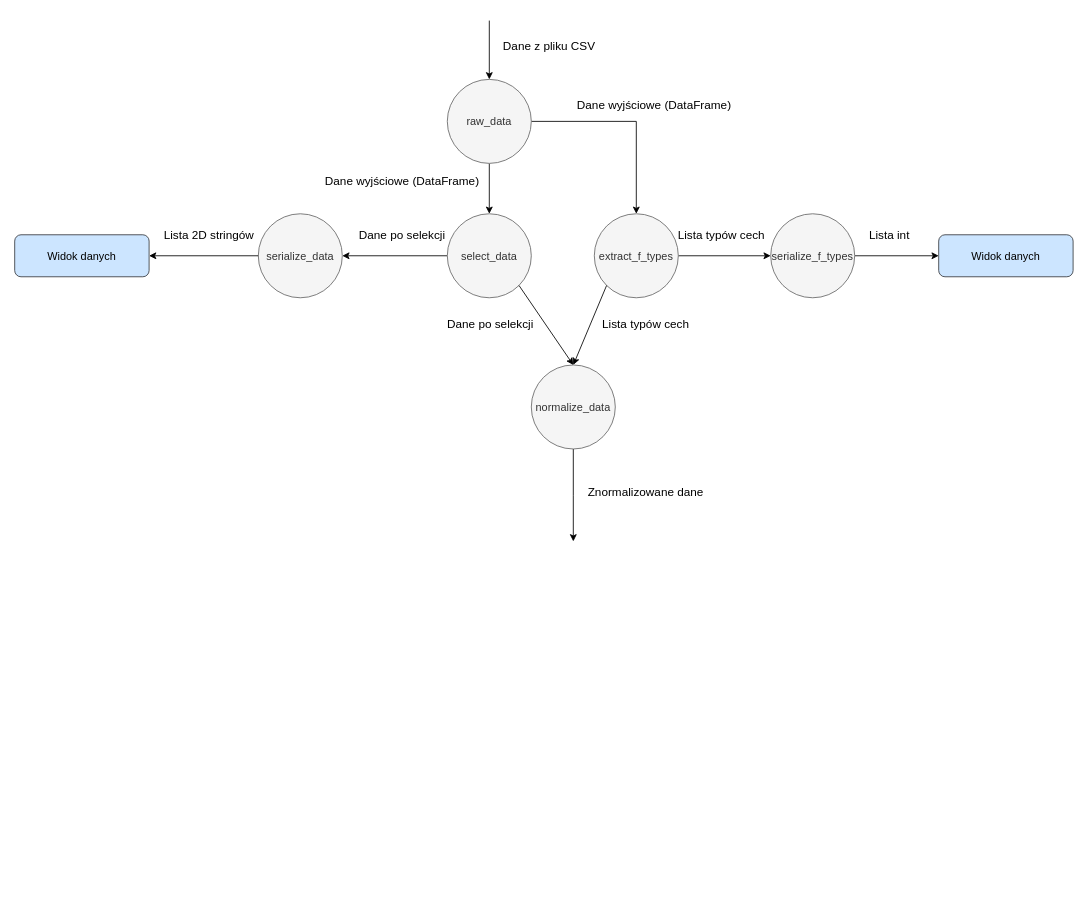
IgorSwat/Analytica keeps this draw.io diagram as flow-scheme.drawio. Above is the earlier version. Source tidied: cells renumbered, new cells numbered last; positions are measured from the earlier drawing's top-left corner, leaving out a move shared by most shapes. Both pictures are drawn from the tidied source at 84%, with x=0, y=0 at pixel (14, 20).
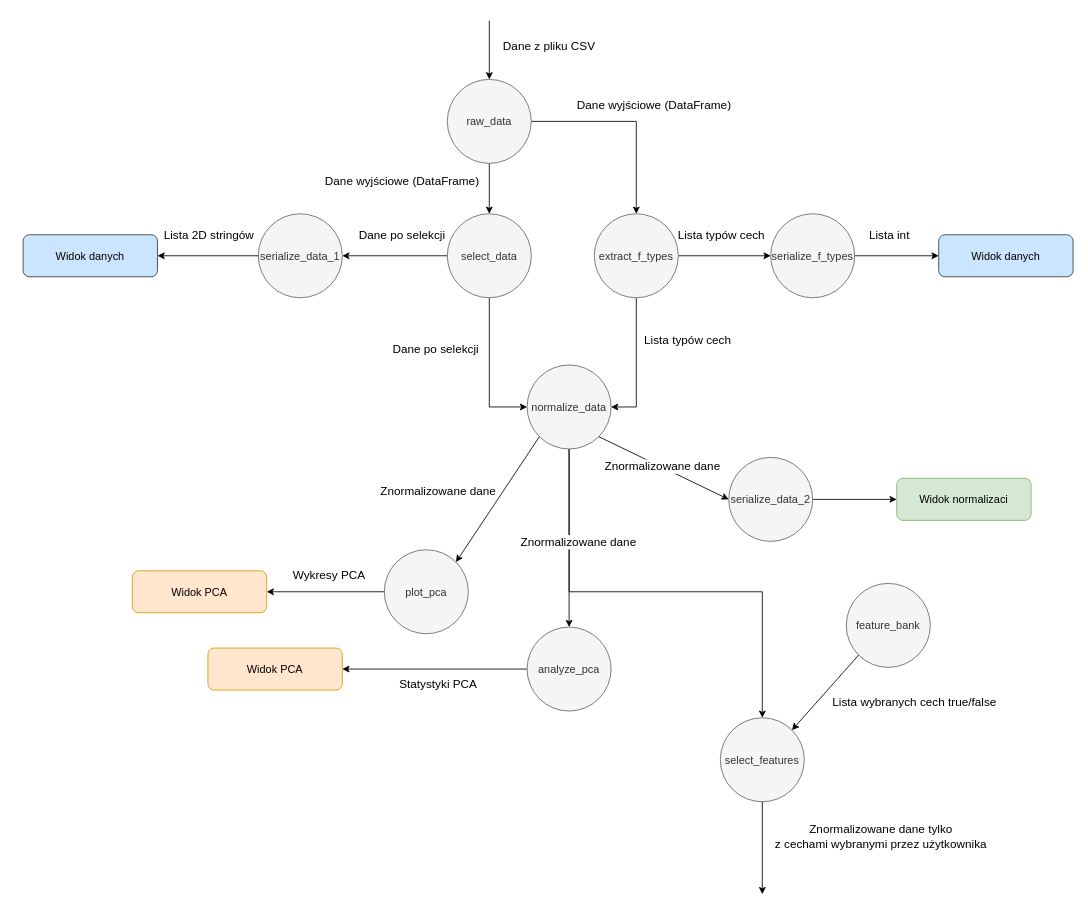
After the change.

Unchanged cells that the change refers to:
```xml
<mxCell id="6" value="&lt;span style=&quot;font-size: 13px;&quot;&gt;select_data&lt;/span&gt;" style="ellipse;whiteSpace=wrap;html=1;fillColor=#f5f5f5;strokeColor=#666666;fontColor=#333333;" parent="1" vertex="1">
  <mxGeometry x="515" y="230" width="100" height="100" as="geometry" />
</mxCell>
<mxCell id="8" value="&lt;span style=&quot;font-size: 13px;&quot;&gt;extract_f_types&lt;/span&gt;" style="ellipse;whiteSpace=wrap;html=1;fillColor=#f5f5f5;strokeColor=#666666;fontColor=#333333;" parent="1" vertex="1">
  <mxGeometry x="690" y="230" width="100" height="100" as="geometry" />
</mxCell>
```

Diff of the diagram source:
```diff
@@
+    <mxCell id="16" style="edgeStyle=orthogonalEdgeStyle;rounded=0;jettySize=auto;html=1;entryX=0;entryY=0.5;entryDx=0;entryDy=0;" parent="1" edge="1" source="6" target="15">
+      <mxGeometry relative="1" as="geometry" />
+    </mxCell>
@@
+    <mxCell id="17" style="edgeStyle=orthogonalEdgeStyle;rounded=0;jettySize=auto;html=1;entryX=1;entryY=0.5;entryDx=0;entryDy=0;" parent="1" edge="1" source="8" target="15">
+      <mxGeometry relative="1" as="geometry" />
+    </mxCell>
@@
-    <mxCell id="9" value="&lt;span style=&quot;font-size: 13px;&quot;&gt;serialize_data&lt;/span&gt;" style="ellipse;whiteSpace=wrap;html=1;fillColor=#f5f5f5;strokeColor=#666666;fontColor=#333333;" parent="1" vertex="1">
+    <mxCell id="9" value="&lt;span style=&quot;font-size: 13px;&quot;&gt;serialize_data_1&lt;/span&gt;" style="ellipse;whiteSpace=wrap;html=1;fillColor=#f5f5f5;strokeColor=#666666;fontColor=#333333;" parent="1" vertex="1">
       <mxGeometry x="290" y="230" width="100" height="100" as="geometry" />
     </mxCell>
@@
-    <mxCell id="14" style="edgeStyle=orthogonalEdgeStyle;rounded=0;jettySize=auto;html=1;" parent="1" edge="1" source="15">
-      <mxGeometry relative="1" as="geometry">
-        <mxPoint x="665" y="620" as="targetPoint" />
-      </mxGeometry>
+    <mxCell id="14" style="edgeStyle=orthogonalEdgeStyle;rounded=0;jettySize=auto;html=1;entryX=0.5;entryY=0;entryDx=0;entryDy=0;" parent="1" edge="1" source="15" target="43">
+      <mxGeometry relative="1" as="geometry" />
     </mxCell>
+    <mxCell id="30" style="edgeStyle=orthogonalEdgeStyle;rounded=0;jettySize=auto;html=1;entryX=0.5;entryY=0;entryDx=0;entryDy=0;" parent="1" edge="1" source="15" target="46">
+      <mxGeometry relative="1" as="geometry">
+        <Array as="points">
+          <mxPoint x="660" y="680" />
+          <mxPoint x="890" y="680" />
+        </Array>
+      </mxGeometry>
+    </mxCell>
     <mxCell id="15" value="&lt;span style=&quot;font-size: 13px;&quot;&gt;normalize_data&lt;/span&gt;" style="ellipse;whiteSpace=wrap;html=1;fillColor=#f5f5f5;strokeColor=#666666;fontColor=#333333;" parent="1" vertex="1">
-      <mxGeometry x="615" y="410" width="100" height="100" as="geometry" />
+      <mxGeometry x="610" y="410" width="100" height="100" as="geometry" />
     </mxCell>
-    <mxCell id="16" style="endArrow=classic;html=1;rounded=0;entryX=0.5;entryY=0;entryDx=0;entryDy=0;exitX=1;exitY=1;exitDx=0;exitDy=0;" parent="1" edge="1" source="6" target="15">
-      <mxGeometry relative="1" as="geometry" />
-    </mxCell>
-    <mxCell id="17" style="endArrow=classic;html=1;rounded=0;exitX=0;exitY=1;exitDx=0;exitDy=0;entryX=0.5;entryY=0;entryDx=0;entryDy=0;" parent="1" edge="1" source="8" target="15">
-      <mxGeometry relative="1" as="geometry" />
-    </mxCell>
@@
     <mxCell id="19" value="&lt;font style=&quot;font-size: 13px;&quot;&gt;Widok danych&lt;/font&gt;" style="rounded=1;whiteSpace=wrap;html=1;fillColor=#cce5ff;strokeColor=#36393d;" parent="1" vertex="1">
-      <mxGeometry y="255" width="160" height="50" as="geometry" />
+      <mxGeometry x="10" y="255" width="160" height="50" as="geometry" />
     </mxCell>
@@
     <mxCell id="27" value="&lt;span style=&quot;font-size: 14px;&quot;&gt;Dane po selekcji&lt;/span&gt;" style="edgeLabel;html=1;align=center;verticalAlign=middle;" parent="1" vertex="1">
-      <mxGeometry x="565" y="360" as="geometry" />
+      <mxGeometry x="500" y="390" as="geometry" />
     </mxCell>
     <mxCell id="28" value="&lt;span style=&quot;font-size: 14px;&quot;&gt;Lista typów cech&lt;/span&gt;" style="edgeLabel;html=1;align=center;verticalAlign=middle;" parent="1" vertex="1">
-      <mxGeometry x="750" y="360" as="geometry" />
+      <mxGeometry x="800" y="380" as="geometry" />
     </mxCell>
     <mxCell id="29" value="&lt;span style=&quot;font-size: 14px;&quot;&gt;Znormalizowane dane&lt;/span&gt;" style="edgeLabel;html=1;align=center;verticalAlign=middle;" parent="1" vertex="1">
-      <mxGeometry x="750" y="560" as="geometry" />
+      <mxGeometry x="670" y="620" as="geometry" />
     </mxCell>
+    <mxCell id="31" style="endArrow=classic;html=1;rounded=0;exitX=0;exitY=1;exitDx=0;exitDy=0;entryX=1;entryY=0;entryDx=0;entryDy=0;" parent="1" edge="1" source="15" target="32">
+      <mxGeometry relative="1" as="geometry" />
+    </mxCell>
+    <mxCell id="32" value="&lt;span style=&quot;font-size: 13px;&quot;&gt;plot_pca&lt;/span&gt;" style="ellipse;whiteSpace=wrap;html=1;fillColor=#f5f5f5;strokeColor=#666666;fontColor=#333333;" parent="1" vertex="1">
+      <mxGeometry x="440" y="630" width="100" height="100" as="geometry" />
+    </mxCell>
+    <mxCell id="33" value="&lt;span style=&quot;font-size: 14px;&quot;&gt;Znormalizowane dane&lt;/span&gt;" style="edgeLabel;html=1;align=center;verticalAlign=middle;" parent="1" vertex="1">
+      <mxGeometry x="680" y="580" as="geometry">
+        <mxPoint x="-177" y="-21" as="offset" />
+      </mxGeometry>
+    </mxCell>
+    <mxCell id="34" style="endArrow=classic;html=1;rounded=0;exitX=0;exitY=0.5;exitDx=0;exitDy=0;entryX=1;entryY=0.5;entryDx=0;entryDy=0;" parent="1" edge="1" source="32" target="36">
+      <mxGeometry relative="1" as="geometry" />
+    </mxCell>
+    <mxCell id="35" value="&lt;span style=&quot;font-size: 14px;&quot;&gt;Wykresy PCA&lt;/span&gt;" style="edgeLabel;html=1;align=center;verticalAlign=middle;" parent="1" vertex="1">
+      <mxGeometry x="550" y="680" as="geometry">
+        <mxPoint x="-177" y="-21" as="offset" />
+      </mxGeometry>
+    </mxCell>
+    <mxCell id="36" value="&lt;font style=&quot;font-size: 13px;&quot;&gt;Widok PCA&lt;/font&gt;" style="rounded=1;whiteSpace=wrap;html=1;fillColor=#ffe6cc;strokeColor=#d79b00;" parent="1" vertex="1">
+      <mxGeometry x="140" y="655" width="160" height="50" as="geometry" />
+    </mxCell>
+    <mxCell id="37" style="edgeStyle=orthogonalEdgeStyle;rounded=0;jettySize=auto;html=1;entryX=0;entryY=0.5;entryDx=0;entryDy=0;" parent="1" edge="1" source="38" target="41">
+      <mxGeometry relative="1" as="geometry" />
+    </mxCell>
+    <mxCell id="38" value="&lt;span style=&quot;font-size: 13px;&quot;&gt;serialize_data_2&lt;/span&gt;" style="ellipse;whiteSpace=wrap;html=1;fillColor=#f5f5f5;strokeColor=#666666;fontColor=#333333;" parent="1" vertex="1">
+      <mxGeometry x="850" y="520" width="100" height="100" as="geometry" />
+    </mxCell>
+    <mxCell id="39" style="endArrow=classic;html=1;rounded=0;entryX=0;entryY=0.5;entryDx=0;entryDy=0;exitX=1;exitY=1;exitDx=0;exitDy=0;" parent="1" edge="1" source="15" target="38">
+      <mxGeometry relative="1" as="geometry" />
+    </mxCell>
+    <mxCell id="40" value="&lt;span style=&quot;font-size: 14px;&quot;&gt;Znormalizowane dane&lt;/span&gt;" style="edgeLabel;html=1;align=center;verticalAlign=middle;" parent="1" vertex="1">
+      <mxGeometry x="770" y="530" as="geometry" />
+    </mxCell>
+    <mxCell id="41" value="&lt;font style=&quot;font-size: 13px;&quot;&gt;Widok normalizaci&lt;/font&gt;" style="rounded=1;whiteSpace=wrap;html=1;fillColor=#d5e8d4;strokeColor=#82b366;" parent="1" vertex="1">
+      <mxGeometry x="1050" y="545" width="160" height="50" as="geometry" />
+    </mxCell>
+    <mxCell id="42" style="edgeStyle=orthogonalEdgeStyle;rounded=0;jettySize=auto;html=1;entryX=1;entryY=0.5;entryDx=0;entryDy=0;" parent="1" edge="1" source="43" target="44">
+      <mxGeometry relative="1" as="geometry" />
+    </mxCell>
+    <mxCell id="43" value="&lt;span style=&quot;font-size: 13px;&quot;&gt;analyze_pca&lt;/span&gt;" style="ellipse;whiteSpace=wrap;html=1;fillColor=#f5f5f5;strokeColor=#666666;fontColor=#333333;" parent="1" vertex="1">
+      <mxGeometry x="610" y="722" width="100" height="100" as="geometry" />
+    </mxCell>
+    <mxCell id="44" value="&lt;font style=&quot;font-size: 13px;&quot;&gt;Widok PCA&lt;/font&gt;" style="rounded=1;whiteSpace=wrap;html=1;fillColor=#ffe6cc;strokeColor=#d79b00;" parent="1" vertex="1">
+      <mxGeometry x="230" y="747" width="160" height="50" as="geometry" />
+    </mxCell>
+    <mxCell id="45" value="&lt;span style=&quot;font-size: 14px;&quot;&gt;Statystyki PCA&lt;/span&gt;" style="edgeLabel;html=1;align=center;verticalAlign=middle;" parent="1" vertex="1">
+      <mxGeometry x="680" y="810" as="geometry">
+        <mxPoint x="-177" y="-21" as="offset" />
+      </mxGeometry>
+    </mxCell>
+    <mxCell id="46" value="&lt;span style=&quot;font-size: 13px;&quot;&gt;select_features&lt;/span&gt;" style="ellipse;whiteSpace=wrap;html=1;fillColor=#f5f5f5;strokeColor=#666666;fontColor=#333333;" parent="1" vertex="1">
+      <mxGeometry x="840" y="830" width="100" height="100" as="geometry" />
+    </mxCell>
+    <mxCell id="47" value="&lt;span style=&quot;font-size: 13px;&quot;&gt;feature_bank&lt;/span&gt;" style="ellipse;whiteSpace=wrap;html=1;fillColor=#f5f5f5;strokeColor=#666666;fontColor=#333333;" parent="1" vertex="1">
+      <mxGeometry x="990" y="670" width="100" height="100" as="geometry" />
+    </mxCell>
+    <mxCell id="48" style="endArrow=classic;html=1;rounded=0;exitX=0;exitY=1;exitDx=0;exitDy=0;entryX=1;entryY=0;entryDx=0;entryDy=0;" parent="1" edge="1" source="47" target="46">
+      <mxGeometry relative="1" as="geometry" />
+    </mxCell>
+    <mxCell id="49" value="&lt;span style=&quot;font-size: 14px;&quot;&gt;Lista wybranych cech true/false&lt;/span&gt;" style="edgeLabel;html=1;align=center;verticalAlign=middle;" parent="1" vertex="1">
+      <mxGeometry x="1070" y="810" as="geometry" />
+    </mxCell>
+    <mxCell id="50" style="endArrow=classic;html=1;rounded=0;exitX=0.5;exitY=1;exitDx=0;exitDy=0;" parent="1" edge="1" source="46">
+      <mxGeometry relative="1" as="geometry">
+        <mxPoint x="890" y="1040" as="targetPoint" />
+      </mxGeometry>
+    </mxCell>
+    <mxCell id="51" value="&lt;span style=&quot;font-size: 14px;&quot;&gt;Znormalizowane dane tylko&lt;/span&gt;&lt;div&gt;&lt;span style=&quot;font-size: 14px;&quot;&gt;z cechami wybranymi przez użytkownika&lt;/span&gt;&lt;/div&gt;" style="edgeLabel;html=1;align=center;verticalAlign=middle;" parent="1" vertex="1">
+      <mxGeometry x="1030" y="970" as="geometry" />
+    </mxCell>
```
